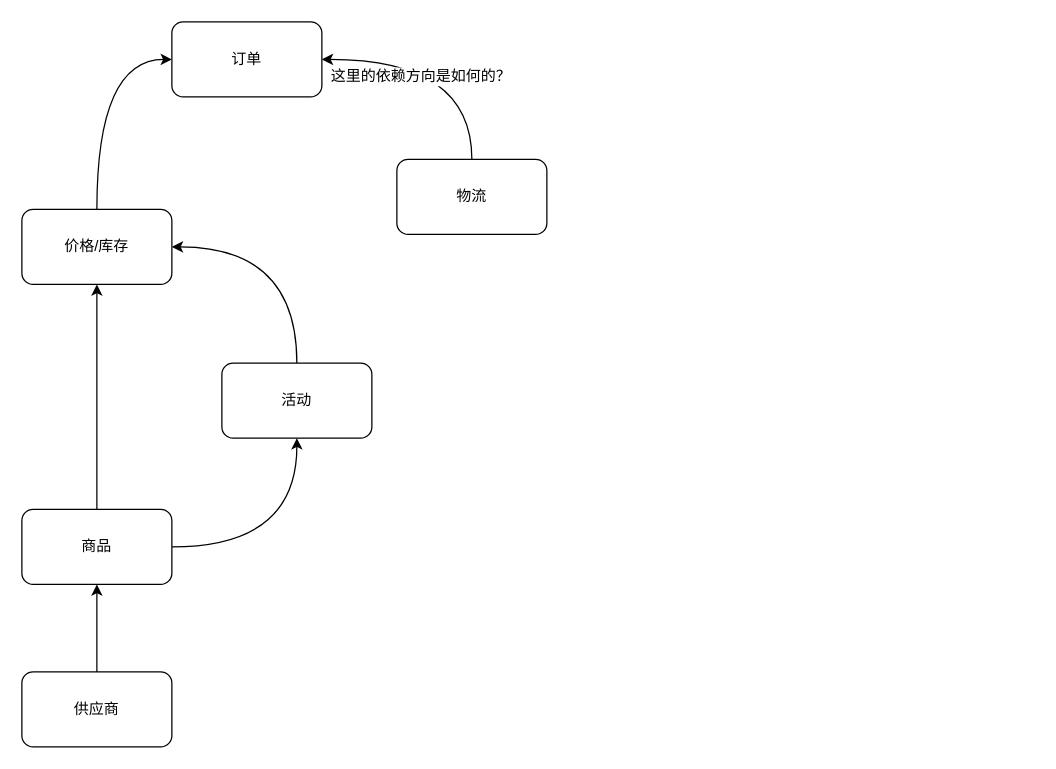
Above: page "域划分及依赖关系" (1 of 2) of 2019/E-commerce-microservices.drawio in BearKid/MyImageHosting (draw.io), before the change. Source tidied: cells renumbered, new cells numbered last; positions are measured from the earlier drawing's top-left corner, leaving out a move shared by most shapes. Both pictures are drawn from the tidied source at 125%, with x=0, y=0 at pixel (21, 21).
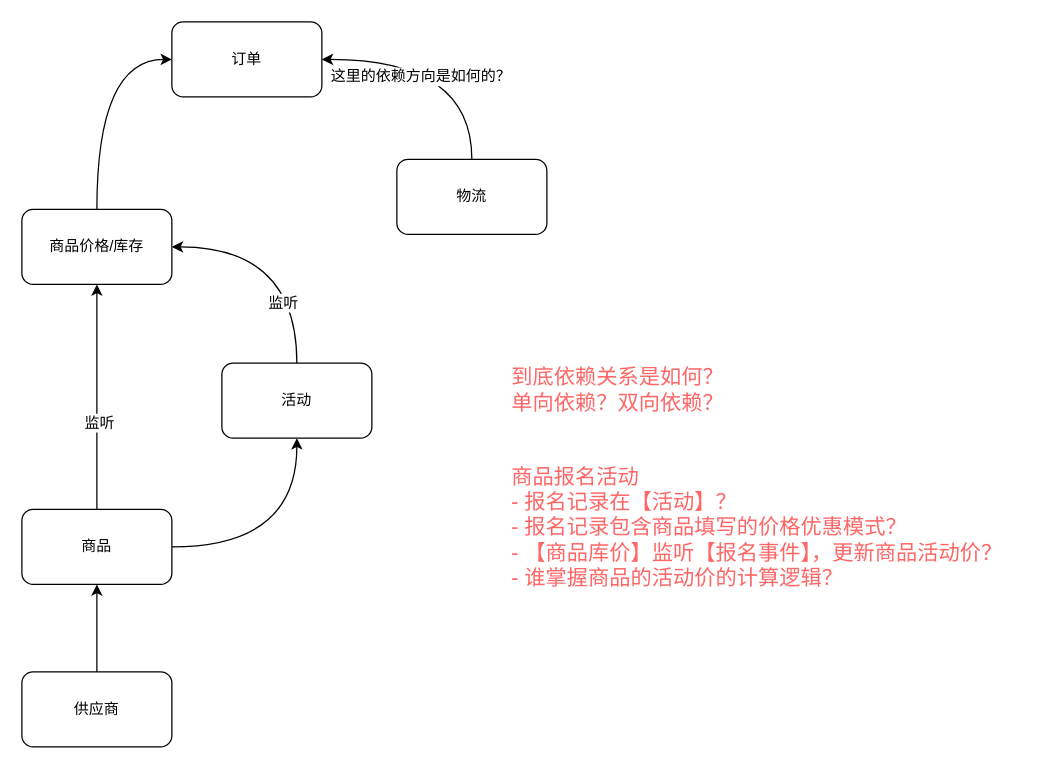
The same diagram, later.

Diff of the diagram source:
```diff
@@
 <mxGraphModel background="#ffffff">
   <root>
     <mxCell id="0" />
     <mxCell id="1" parent="0" />
     <mxCell id="2" style="edgeStyle=orthogonalEdgeStyle;rounded=0;jettySize=auto;html=1;" parent="1" edge="1" source="4" target="8">
       <mxGeometry relative="1" as="geometry" />
     </mxCell>
+    <mxCell id="15" value="监听" style="text;html=1;align=center;verticalAlign=middle;labelBackgroundColor=#ffffff;fontSize=12;fontColor=#000000;" parent="2" vertex="1">
+      <mxGeometry x="-0.22" y="-1" relative="1" as="geometry" />
+    </mxCell>
     <mxCell id="3" style="edgeStyle=orthogonalEdgeStyle;rounded=0;jettySize=auto;html=1;entryX=0.5;entryY=1;entryDx=0;entryDy=0;curved=1;" parent="1" edge="1" source="4" target="10">
       <mxGeometry relative="1" as="geometry" />
     </mxCell>
     <mxCell id="4" value="商品" style="rounded=1;whiteSpace=wrap;html=1;" parent="1" vertex="1">
       <mxGeometry y="390" width="120" height="60" as="geometry" />
     </mxCell>
     <mxCell id="5" style="edgeStyle=orthogonalEdgeStyle;rounded=0;jettySize=auto;html=1;curved=1;" parent="1" edge="1" source="6" target="4">
       <mxGeometry relative="1" as="geometry" />
     </mxCell>
     <mxCell id="6" value="供应商" style="rounded=1;whiteSpace=wrap;html=1;" parent="1" vertex="1">
       <mxGeometry y="520" width="120" height="60" as="geometry" />
     </mxCell>
     <mxCell id="7" style="edgeStyle=orthogonalEdgeStyle;rounded=0;jettySize=auto;html=1;exitX=0.5;exitY=0;exitDx=0;exitDy=0;entryX=0;entryY=0.5;entryDx=0;entryDy=0;curved=1;" parent="1" edge="1" source="8" target="11">
       <mxGeometry relative="1" as="geometry" />
     </mxCell>
-    <mxCell id="8" value="价格/库存" style="rounded=1;whiteSpace=wrap;html=1;" parent="1" vertex="1">
+    <mxCell id="8" value="商品价格/库存" style="rounded=1;whiteSpace=wrap;html=1;" parent="1" vertex="1">
       <mxGeometry y="150" width="120" height="60" as="geometry" />
     </mxCell>
     <mxCell id="9" style="rounded=0;jettySize=auto;html=1;entryX=1;entryY=0.5;entryDx=0;entryDy=0;exitX=0.5;exitY=0;exitDx=0;exitDy=0;elbow=vertical;edgeStyle=orthogonalEdgeStyle;curved=1;" parent="1" edge="1" source="10" target="8">
       <mxGeometry relative="1" as="geometry" />
     </mxCell>
+    <mxCell id="16" value="监听" style="text;html=1;align=center;verticalAlign=middle;labelBackgroundColor=#ffffff;fontSize=12;fontColor=#000000;" parent="9" vertex="1">
+      <mxGeometry x="-0.49" y="12" relative="1" as="geometry" />
+    </mxCell>
     <mxCell id="10" value="活动" style="rounded=1;whiteSpace=wrap;html=1;" parent="1" vertex="1">
       <mxGeometry x="160" y="273" width="120" height="60" as="geometry" />
     </mxCell>
     <mxCell id="11" value="订单" style="rounded=1;whiteSpace=wrap;html=1;" parent="1" vertex="1">
       <mxGeometry x="120" width="120" height="60" as="geometry" />
     </mxCell>
     <mxCell id="12" style="edgeStyle=orthogonalEdgeStyle;curved=1;rounded=0;jettySize=auto;html=1;exitX=0.5;exitY=0;exitDx=0;exitDy=0;entryX=1;entryY=0.5;entryDx=0;entryDy=0;" parent="1" edge="1" source="14" target="11">
       <mxGeometry relative="1" as="geometry" />
     </mxCell>
     <mxCell id="13" value="这里的依赖方向是如何的？" style="text;html=1;align=center;verticalAlign=middle;labelBackgroundColor=#ffffff;" parent="12" vertex="1">
       <mxGeometry x="0.22" y="13" relative="1" as="geometry" />
     </mxCell>
     <mxCell id="14" value="物流" style="rounded=1;whiteSpace=wrap;html=1;" parent="1" vertex="1">
       <mxGeometry x="300" y="110" width="120" height="60" as="geometry" />
     </mxCell>
+    <mxCell id="17" value="&lt;div align=&quot;left&quot;&gt;到底依赖关系是如何？&lt;/div&gt;&lt;div align=&quot;left&quot;&gt;单向依赖？双向依赖？&lt;/div&gt;" style="text;html=1;strokeColor=none;fillColor=none;align=left;verticalAlign=middle;whiteSpace=wrap;rounded=0;fontSize=17;fontColor=#FF6666;" parent="1" vertex="1">
+      <mxGeometry x="390" y="250" width="240" height="90" as="geometry" />
+    </mxCell>
+    <mxCell id="18" value="&lt;div align=&quot;left&quot;&gt;商品报名活动&lt;/div&gt;&lt;div align=&quot;left&quot;&gt;- 报名记录在【活动】？&lt;/div&gt;&lt;div align=&quot;left&quot;&gt;- 报名记录包含商品填写的价格优惠模式？&lt;/div&gt;&lt;div align=&quot;left&quot;&gt;- 【商品库价】监听【报名事件】，更新商品活动价？&lt;/div&gt;&lt;div align=&quot;left&quot;&gt;- 谁掌握商品的活动价的计算逻辑？&lt;/div&gt;" style="text;html=1;strokeColor=none;fillColor=none;align=left;verticalAlign=middle;whiteSpace=wrap;rounded=0;fontSize=17;fontColor=#FF6666;" parent="1" vertex="1">
+      <mxGeometry x="390" y="360" width="420" height="90" as="geometry" />
+    </mxCell>
   </root>
 </mxGraphModel>
```
